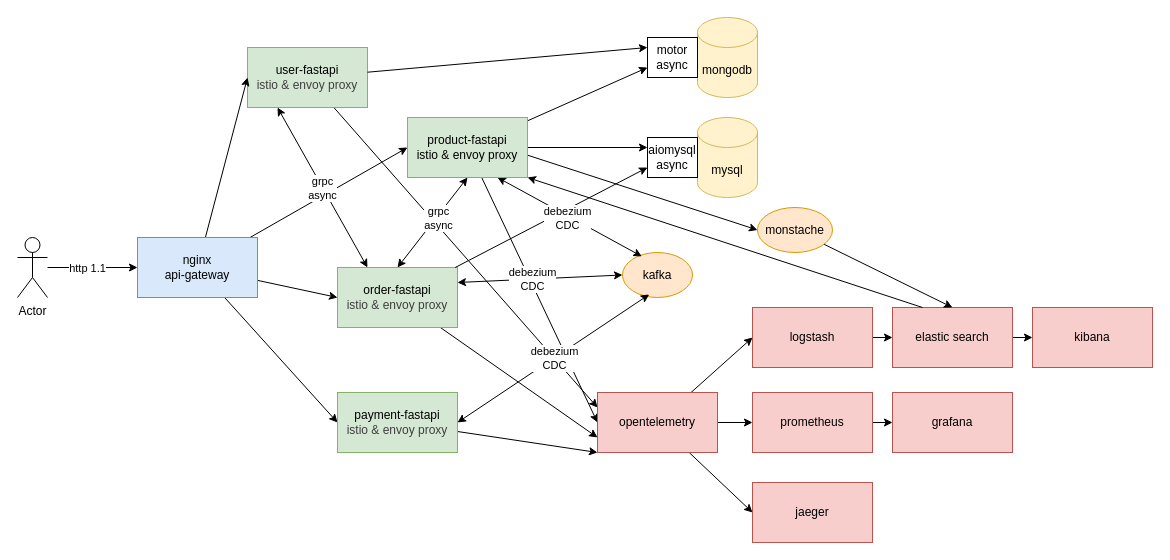
Before: documents/architecture.drawio in Doohwancho/ecommerce_msa, a draw.io diagram. Source tidied: cells renumbered, new cells numbered last; positions are measured from the earlier drawing's top-left corner, leaving out a move shared by most shapes. Both pictures are drawn from the tidied source at 100%, with x=0, y=0 at pixel (17, 17).
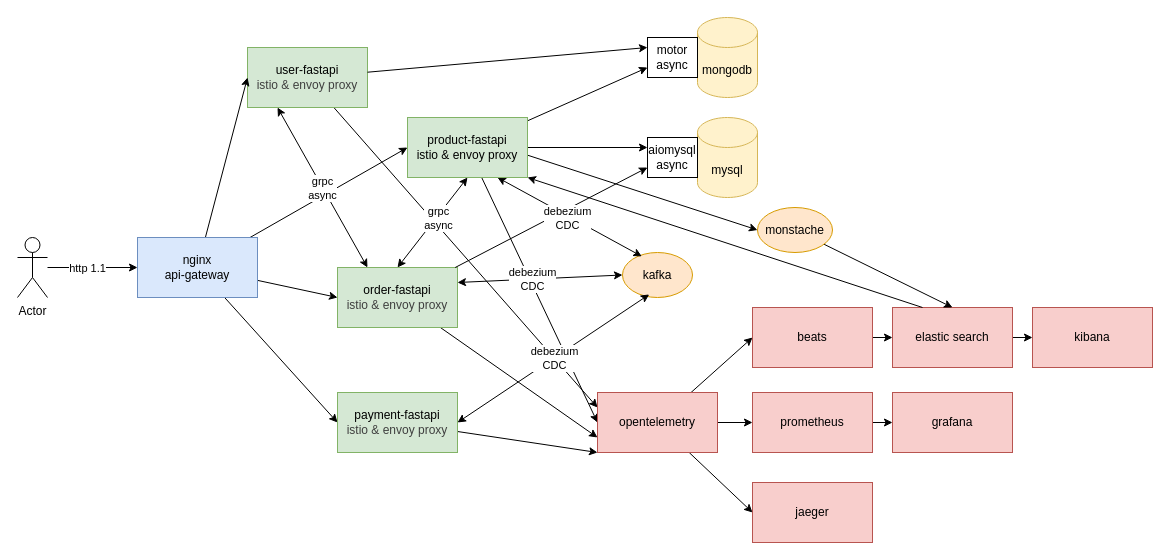
The same diagram, later.

Diff of the diagram source:
```diff
@@
-    <mxCell id="22" value="logstash" style="rounded=0;whiteSpace=wrap;html=1;fillColor=#f8cecc;strokeColor=#b85450;" parent="1" vertex="1">
+    <mxCell id="22" value="beats" style="rounded=0;whiteSpace=wrap;html=1;fillColor=#f8cecc;strokeColor=#b85450;" parent="1" vertex="1">
       <mxGeometry x="735" y="290" width="120" height="60" as="geometry" />
     </mxCell>
```
